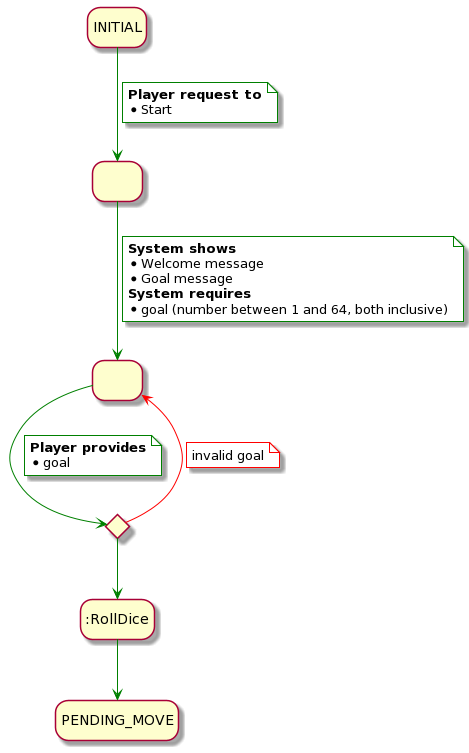
This is rup/usecase/start.png from USantaTecla-game-backgammon/backgammon, a PlantUML export, as it was before one commit.
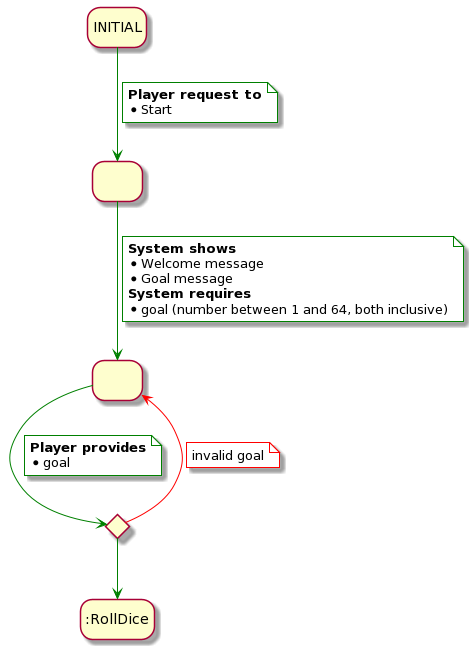
After the commit.

Diff of the diagram source:
```diff
@@ -35,6 +35,4 @@
     <b>Player request to</b>
     * Start
 end note
-
-:RollDice -[#green]-> PENDING_MOVE
 @enduml
```
